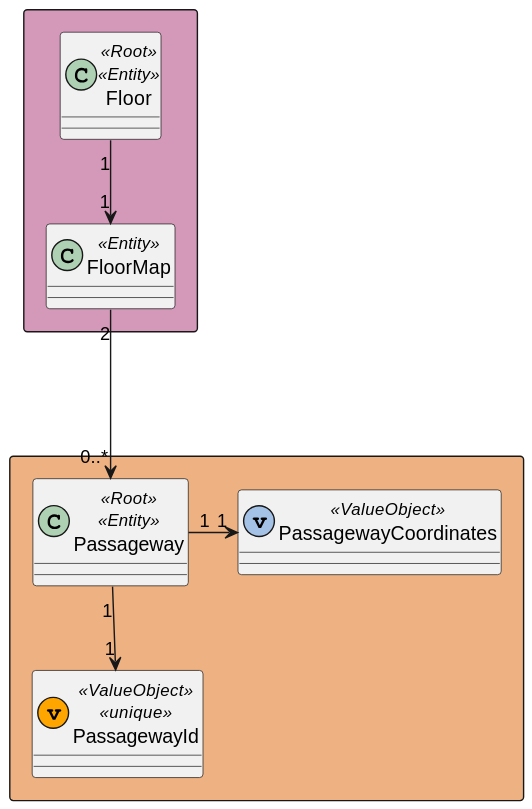
Above: docs/US_240/Diagrams/DomainModelExcerpt.svg in Pedro-Pereira1/sem5pi_23_24_g056 (PlantUML), before the change.
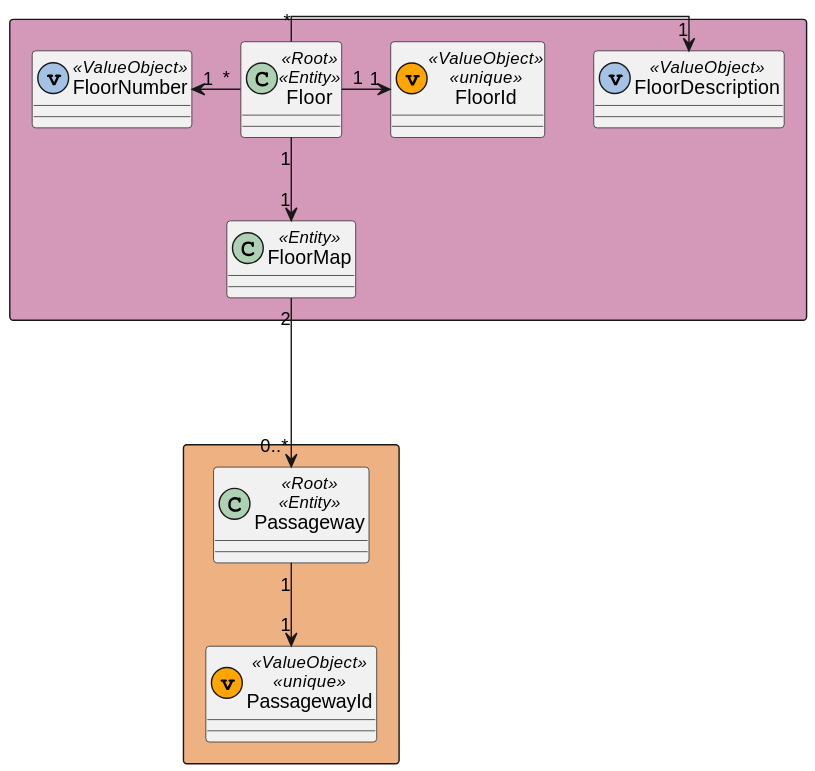
The same file after the commit.

Commit message:
Updated US240 documentation DomainModelExcerpt with new Passageway

What changed in the source:
```diff
@@ -1,19 +1,26 @@
 @startuml
+skinparam linetype ortho
+
+
 rectangle #EDB182{
 class Passageway  << Root >> << Entity >>
 class PassagewayId  << (v,orange) ValueObject >> << unique >>
-class PassagewayCoordinates << (v,#A4C2E5) ValueObject >>
 }
 rectangle #D499B9{
 class Floor  << Root >> << Entity >>
+class FloorId  << (v,orange) ValueObject >> << unique >>
+class FloorDescription  << (v,#A4C2E5) ValueObject >>
 class FloorMap  << Entity >>
+class FloorNumber << (v,#A4C2E5) ValueObject >>
 }
 
 
 Passageway "1"-d->"1" PassagewayId
-Passageway "1"->"1" PassagewayCoordinates
 
 Floor "1"-d->"1" FloorMap
+Floor "*"-u>"1" FloorNumber
+Floor "*"->"1" FloorDescription
+Floor "1" -> "1" FloorId
 
 FloorMap "2"--->"0..*" Passageway
 @enduml
```
